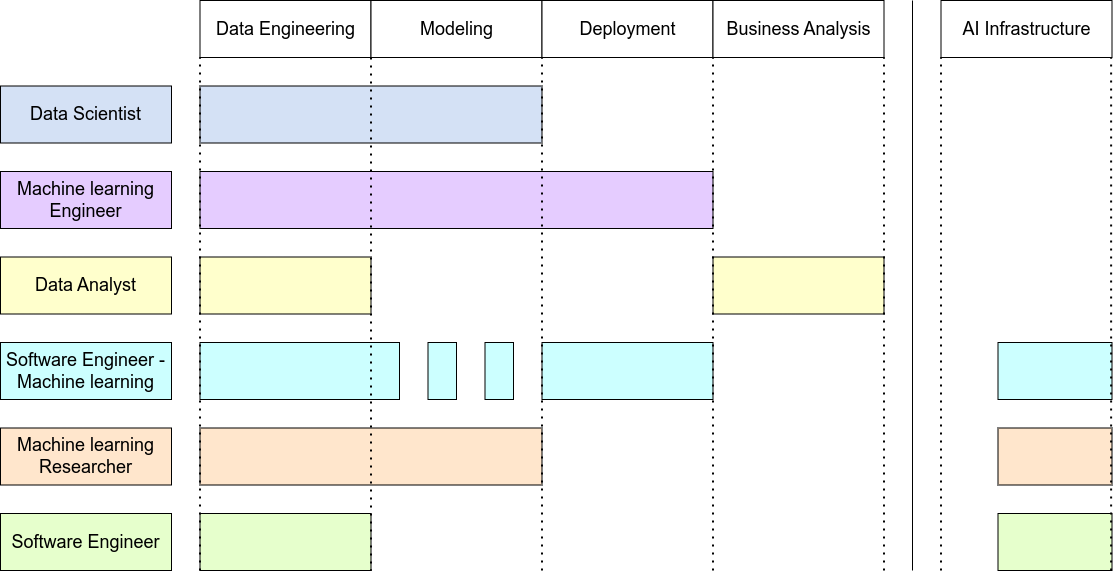
This is diagrams/ai_team_roles.drawio.png from ryndovaira-org/data_science_lectures, a draw.io export, as it was before one commit. Source tidied: cells renumbered, new cells last; positions are measured from the earlier drawing's top-left corner, leaving out a move shared by most shapes.
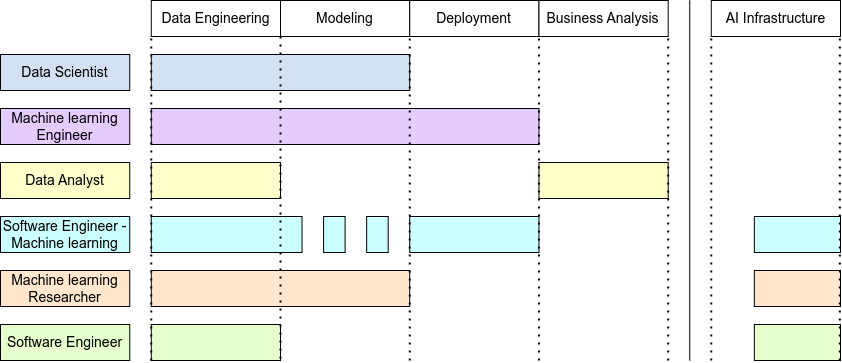
The same file after the commit.

The edit, as a diff of the source:
```diff
@@ -2,118 +2,118 @@
   <root>
     <mxCell id="0" />
     <mxCell id="1" parent="0" />
-    <mxCell id="2" style="group;fontSize=18;" parent="1" vertex="1">
-      <mxGeometry width="1111.5" height="570" as="geometry" />
-    </mxCell>
+    <mxCell id="35" style="group;fontSize=14;" parent="1" vertex="1">
+      <mxGeometry x="-40" y="-40" width="840" height="360" as="geometry" />
+    </mxCell>
-    <mxCell id="3" value="&lt;font style=&quot;font-size: 18px;&quot;&gt;Data Engineering&lt;/font&gt;" style="rounded=0;whiteSpace=wrap;html=1;fontSize=18;" parent="2" vertex="1">
-      <mxGeometry x="199.5" width="171" height="57" as="geometry" />
+    <mxCell id="3" value="&lt;font style=&quot;font-size: 14px;&quot;&gt;Data Engineering&lt;/font&gt;" style="rounded=0;whiteSpace=wrap;html=1;fontSize=14;" parent="35" vertex="1">
+      <mxGeometry x="150.8" width="129.2" height="36" as="geometry" />
     </mxCell>
-    <mxCell id="4" value="&lt;font style=&quot;font-size: 18px;&quot;&gt;Modeling&lt;/font&gt;" style="rounded=0;whiteSpace=wrap;html=1;fontSize=18;" parent="2" vertex="1">
-      <mxGeometry x="370.5" width="171" height="57" as="geometry" />
+    <mxCell id="4" value="&lt;font style=&quot;font-size: 14px;&quot;&gt;Modeling&lt;/font&gt;" style="rounded=0;whiteSpace=wrap;html=1;fontSize=14;" parent="35" vertex="1">
+      <mxGeometry x="280" width="129.2" height="36" as="geometry" />
     </mxCell>
-    <mxCell id="5" value="&lt;font style=&quot;font-size: 18px;&quot;&gt;Deployment&lt;/font&gt;" style="rounded=0;whiteSpace=wrap;html=1;fontSize=18;" parent="2" vertex="1">
-      <mxGeometry x="541.5" width="171" height="57" as="geometry" />
+    <mxCell id="5" value="&lt;font style=&quot;font-size: 14px;&quot;&gt;Deployment&lt;/font&gt;" style="rounded=0;whiteSpace=wrap;html=1;fontSize=14;" parent="35" vertex="1">
+      <mxGeometry x="409.2" width="129.2" height="36" as="geometry" />
     </mxCell>
-    <mxCell id="6" value="&lt;font style=&quot;font-size: 18px;&quot;&gt;Business Analysis&lt;/font&gt;" style="rounded=0;whiteSpace=wrap;html=1;fontSize=18;" parent="2" vertex="1">
-      <mxGeometry x="712.5" width="171" height="57" as="geometry" />
+    <mxCell id="6" value="&lt;font style=&quot;font-size: 14px;&quot;&gt;Business Analysis&lt;/font&gt;" style="rounded=0;whiteSpace=wrap;html=1;fontSize=14;" parent="35" vertex="1">
+      <mxGeometry x="538.5" width="129.2" height="36" as="geometry" />
     </mxCell>
-    <mxCell id="7" value="&lt;font style=&quot;font-size: 18px;&quot;&gt;AI Infrastructure&lt;/font&gt;" style="rounded=0;whiteSpace=wrap;html=1;fontSize=18;" parent="2" vertex="1">
-      <mxGeometry x="940.5" width="171" height="57" as="geometry" />
+    <mxCell id="7" value="&lt;font style=&quot;font-size: 14px;&quot;&gt;AI Infrastructure&lt;/font&gt;" style="rounded=0;whiteSpace=wrap;html=1;fontSize=14;" parent="35" vertex="1">
+      <mxGeometry x="710.8" width="129.2" height="36" as="geometry" />
     </mxCell>
-    <mxCell id="8" value="&lt;font style=&quot;font-size: 18px;&quot;&gt;Data Scientist&lt;/font&gt;" style="rounded=0;whiteSpace=wrap;html=1;fillColor=#D4E1F5;shadow=0;fontSize=18;" parent="2" vertex="1">
-      <mxGeometry y="85.5" width="171" height="57" as="geometry" />
+    <mxCell id="8" value="&lt;font style=&quot;font-size: 14px;&quot;&gt;Data Scientist&lt;/font&gt;" style="rounded=0;whiteSpace=wrap;html=1;fillColor=#D4E1F5;shadow=0;fontSize=14;" parent="35" vertex="1">
+      <mxGeometry y="54" width="129.2" height="36" as="geometry" />
     </mxCell>
-    <mxCell id="9" value="&lt;font style=&quot;font-size: 18px;&quot;&gt;Machine learning Engineer&lt;/font&gt;" style="rounded=0;whiteSpace=wrap;html=1;fillColor=#E5CCFF;fontSize=18;" parent="2" vertex="1">
-      <mxGeometry y="171" width="171" height="57" as="geometry" />
+    <mxCell id="9" value="&lt;font style=&quot;font-size: 14px;&quot;&gt;Machine learning Engineer&lt;/font&gt;" style="rounded=0;whiteSpace=wrap;html=1;fillColor=#E5CCFF;fontSize=14;" parent="35" vertex="1">
+      <mxGeometry y="108" width="129.2" height="36" as="geometry" />
     </mxCell>
-    <mxCell id="10" value="&lt;font style=&quot;font-size: 18px;&quot;&gt;Data Analyst&lt;/font&gt;" style="rounded=0;whiteSpace=wrap;html=1;fillColor=#FFFFCC;fontSize=18;" parent="2" vertex="1">
-      <mxGeometry y="256.5" width="171" height="57" as="geometry" />
+    <mxCell id="10" value="&lt;font style=&quot;font-size: 14px;&quot;&gt;Data Analyst&lt;/font&gt;" style="rounded=0;whiteSpace=wrap;html=1;fillColor=#FFFFCC;fontSize=14;" parent="35" vertex="1">
+      <mxGeometry y="162" width="129.2" height="36" as="geometry" />
     </mxCell>
-    <mxCell id="11" value="&lt;font style=&quot;font-size: 18px;&quot;&gt;Software Engineer - Machine learning&lt;/font&gt;" style="rounded=0;whiteSpace=wrap;html=1;fillColor=#CCFFFF;fontSize=18;" parent="2" vertex="1">
-      <mxGeometry y="342" width="171" height="57" as="geometry" />
+    <mxCell id="11" value="&lt;font style=&quot;font-size: 14px;&quot;&gt;Software Engineer - Machine learning&lt;/font&gt;" style="rounded=0;whiteSpace=wrap;html=1;fillColor=#CCFFFF;fontSize=14;" parent="35" vertex="1">
+      <mxGeometry y="216" width="129.2" height="36" as="geometry" />
     </mxCell>
-    <mxCell id="12" value="&lt;font style=&quot;font-size: 18px;&quot;&gt;Machine learning Researcher&lt;/font&gt;" style="rounded=0;whiteSpace=wrap;html=1;fillColor=#FFE6CC;fontSize=18;" parent="2" vertex="1">
-      <mxGeometry y="427.5" width="171" height="57" as="geometry" />
+    <mxCell id="12" value="&lt;font style=&quot;font-size: 14px;&quot;&gt;Machine learning Researcher&lt;/font&gt;" style="rounded=0;whiteSpace=wrap;html=1;fillColor=#FFE6CC;fontSize=14;" parent="35" vertex="1">
+      <mxGeometry y="270" width="129.2" height="36" as="geometry" />
     </mxCell>
-    <mxCell id="13" value="&lt;font style=&quot;font-size: 18px;&quot;&gt;Software Engineer&lt;/font&gt;" style="rounded=0;whiteSpace=wrap;html=1;fillColor=#E6FFCC;fontSize=18;" parent="2" vertex="1">
-      <mxGeometry y="513" width="171" height="57" as="geometry" />
+    <mxCell id="13" value="&lt;font style=&quot;font-size: 14px;&quot;&gt;Software Engineer&lt;/font&gt;" style="rounded=0;whiteSpace=wrap;html=1;fillColor=#E6FFCC;fontSize=14;" parent="35" vertex="1">
+      <mxGeometry y="324" width="129.2" height="36" as="geometry" />
     </mxCell>
-    <mxCell id="14" style="rounded=0;whiteSpace=wrap;html=1;fillColor=#D4E1F5;fontSize=18;" parent="2" vertex="1">
-      <mxGeometry x="199.5" y="85.5" width="342" height="57" as="geometry" />
+    <mxCell id="14" style="rounded=0;whiteSpace=wrap;html=1;fillColor=#D4E1F5;fontSize=14;" parent="35" vertex="1">
+      <mxGeometry x="150.8" y="54" width="258.5" height="36" as="geometry" />
     </mxCell>
-    <mxCell id="15" style="rounded=0;whiteSpace=wrap;html=1;fillColor=#E5CCFF;fontSize=18;" parent="2" vertex="1">
-      <mxGeometry x="199.5" y="171" width="513" height="57" as="geometry" />
+    <mxCell id="15" style="rounded=0;whiteSpace=wrap;html=1;fillColor=#E5CCFF;fontSize=14;" parent="35" vertex="1">
+      <mxGeometry x="150.8" y="108" width="387.7" height="36" as="geometry" />
     </mxCell>
-    <mxCell id="16" style="rounded=0;whiteSpace=wrap;html=1;fillColor=#FFFFCC;fontSize=18;" parent="2" vertex="1">
-      <mxGeometry x="199.5" y="256.5" width="171" height="57" as="geometry" />
+    <mxCell id="16" style="rounded=0;whiteSpace=wrap;html=1;fillColor=#FFFFCC;fontSize=14;" parent="35" vertex="1">
+      <mxGeometry x="150.8" y="162" width="129.2" height="36" as="geometry" />
     </mxCell>
-    <mxCell id="17" style="rounded=0;whiteSpace=wrap;html=1;fillColor=#FFFFCC;fontSize=18;" parent="2" vertex="1">
-      <mxGeometry x="712.5" y="256.5" width="171" height="57" as="geometry" />
+    <mxCell id="17" style="rounded=0;whiteSpace=wrap;html=1;fillColor=#FFFFCC;fontSize=14;" parent="35" vertex="1">
+      <mxGeometry x="538.5" y="162" width="129.2" height="36" as="geometry" />
     </mxCell>
-    <mxCell id="18" style="rounded=0;whiteSpace=wrap;html=1;fillColor=#CCFFFF;fontSize=18;" parent="2" vertex="1">
-      <mxGeometry x="199.5" y="342" width="199.5" height="57" as="geometry" />
+    <mxCell id="18" style="rounded=0;whiteSpace=wrap;html=1;fillColor=#CCFFFF;fontSize=14;" parent="35" vertex="1">
+      <mxGeometry x="150.8" y="216" width="150.8" height="36" as="geometry" />
     </mxCell>
-    <mxCell id="19" style="rounded=0;whiteSpace=wrap;html=1;fillColor=#CCFFFF;fontSize=18;" parent="2" vertex="1">
-      <mxGeometry x="541.5" y="342" width="171" height="57" as="geometry" />
+    <mxCell id="19" style="rounded=0;whiteSpace=wrap;html=1;fillColor=#CCFFFF;fontSize=14;" parent="35" vertex="1">
+      <mxGeometry x="409.2" y="216" width="129.2" height="36" as="geometry" />
     </mxCell>
-    <mxCell id="20" style="rounded=0;whiteSpace=wrap;html=1;fillColor=#CCFFFF;fontSize=18;" parent="2" vertex="1">
-      <mxGeometry x="427.5" y="342" width="28.5" height="57" as="geometry" />
+    <mxCell id="20" style="rounded=0;whiteSpace=wrap;html=1;fillColor=#CCFFFF;fontSize=14;" parent="35" vertex="1">
+      <mxGeometry x="323.1" y="216" width="21.5" height="36" as="geometry" />
     </mxCell>
-    <mxCell id="21" style="rounded=0;whiteSpace=wrap;html=1;fillColor=#CCFFFF;fontSize=18;" parent="2" vertex="1">
-      <mxGeometry x="484.5" y="342" width="28.5" height="57" as="geometry" />
+    <mxCell id="21" style="rounded=0;whiteSpace=wrap;html=1;fillColor=#CCFFFF;fontSize=14;" parent="35" vertex="1">
+      <mxGeometry x="366.2" y="216" width="21.5" height="36" as="geometry" />
     </mxCell>
-    <mxCell id="22" style="rounded=0;whiteSpace=wrap;html=1;fillColor=#CCFFFF;fontSize=18;" parent="2" vertex="1">
-      <mxGeometry x="997.5" y="342" width="114" height="57" as="geometry" />
+    <mxCell id="22" style="rounded=0;whiteSpace=wrap;html=1;fillColor=#CCFFFF;fontSize=14;" parent="35" vertex="1">
+      <mxGeometry x="753.8" y="216" width="86.2" height="36" as="geometry" />
     </mxCell>
-    <mxCell id="23" style="rounded=0;whiteSpace=wrap;html=1;fillColor=#FFE6CC;fontSize=18;" parent="2" vertex="1">
-      <mxGeometry x="199.5" y="427.5" width="342" height="57" as="geometry" />
+    <mxCell id="23" style="rounded=0;whiteSpace=wrap;html=1;fillColor=#FFE6CC;fontSize=14;" parent="35" vertex="1">
+      <mxGeometry x="150.8" y="270" width="258.5" height="36" as="geometry" />
     </mxCell>
-    <mxCell id="24" style="rounded=0;whiteSpace=wrap;html=1;fillColor=#FFE6CC;fontSize=18;" parent="2" vertex="1">
-      <mxGeometry x="997.5" y="427.5" width="114" height="57" as="geometry" />
+    <mxCell id="24" style="rounded=0;whiteSpace=wrap;html=1;fillColor=#FFE6CC;fontSize=14;" parent="35" vertex="1">
+      <mxGeometry x="753.8" y="270" width="86.2" height="36" as="geometry" />
     </mxCell>
-    <mxCell id="25" style="rounded=0;whiteSpace=wrap;html=1;fillColor=#E6FFCC;fontSize=18;" parent="2" vertex="1">
-      <mxGeometry x="997.5" y="513" width="114" height="57" as="geometry" />
+    <mxCell id="25" style="rounded=0;whiteSpace=wrap;html=1;fillColor=#E6FFCC;fontSize=14;" parent="35" vertex="1">
+      <mxGeometry x="753.8" y="324" width="86.2" height="36" as="geometry" />
     </mxCell>
-    <mxCell id="26" style="rounded=0;whiteSpace=wrap;html=1;fillColor=#E6FFCC;fontSize=18;" parent="2" vertex="1">
-      <mxGeometry x="199.5" y="513" width="171" height="57" as="geometry" />
+    <mxCell id="26" style="rounded=0;whiteSpace=wrap;html=1;fillColor=#E6FFCC;fontSize=14;" parent="35" vertex="1">
+      <mxGeometry x="150.8" y="324" width="129.2" height="36" as="geometry" />
     </mxCell>
-    <mxCell id="27" style="endArrow=none;dashed=1;html=1;dashPattern=1 3;strokeWidth=2;rounded=0;exitX=0;exitY=1;exitDx=0;exitDy=0;entryX=1;entryY=1;entryDx=0;entryDy=0;fontSize=18;" parent="2" edge="1" source="4" target="26">
+    <mxCell id="27" style="endArrow=none;dashed=1;html=1;dashPattern=1 3;strokeWidth=2;rounded=0;exitX=0;exitY=1;exitDx=0;exitDy=0;entryX=1;entryY=1;entryDx=0;entryDy=0;fontSize=14;" parent="35" edge="1" source="4" target="26">
       <mxGeometry relative="1" as="geometry" />
     </mxCell>
-    <mxCell id="28" style="endArrow=none;dashed=1;html=1;dashPattern=1 3;strokeWidth=2;rounded=0;exitX=0;exitY=1;exitDx=0;exitDy=0;entryX=0;entryY=1;entryDx=0;entryDy=0;fontSize=18;" parent="2" edge="1" source="26" target="3">
+    <mxCell id="28" style="endArrow=none;dashed=1;html=1;dashPattern=1 3;strokeWidth=2;rounded=0;exitX=0;exitY=1;exitDx=0;exitDy=0;entryX=0;entryY=1;entryDx=0;entryDy=0;fontSize=14;" parent="35" edge="1" source="26" target="3">
       <mxGeometry relative="1" as="geometry" />
     </mxCell>
-    <mxCell id="29" style="endArrow=none;dashed=1;html=1;dashPattern=1 3;strokeWidth=2;rounded=0;entryX=1;entryY=1;entryDx=0;entryDy=0;fontSize=18;" parent="2" edge="1" target="4">
+    <mxCell id="29" style="endArrow=none;dashed=1;html=1;dashPattern=1 3;strokeWidth=2;rounded=0;entryX=1;entryY=1;entryDx=0;entryDy=0;fontSize=14;" parent="35" edge="1" target="4">
       <mxGeometry relative="1" as="geometry">
-        <mxPoint x="541.5" y="570" as="sourcePoint" />
+        <mxPoint x="409.2" y="360" as="sourcePoint" />
       </mxGeometry>
     </mxCell>
-    <mxCell id="30" style="endArrow=none;dashed=1;html=1;dashPattern=1 3;strokeWidth=2;rounded=0;entryX=0;entryY=1;entryDx=0;entryDy=0;fontSize=18;" parent="2" edge="1" target="6">
+    <mxCell id="30" style="endArrow=none;dashed=1;html=1;dashPattern=1 3;strokeWidth=2;rounded=0;entryX=0;entryY=1;entryDx=0;entryDy=0;fontSize=14;" parent="35" edge="1" target="6">
       <mxGeometry relative="1" as="geometry">
-        <mxPoint x="712.5" y="570" as="sourcePoint" />
+        <mxPoint x="538.5" y="360" as="sourcePoint" />
       </mxGeometry>
     </mxCell>
-    <mxCell id="31" style="endArrow=none;dashed=1;html=1;dashPattern=1 3;strokeWidth=2;rounded=0;entryX=1;entryY=1;entryDx=0;entryDy=0;fontSize=18;" parent="2" edge="1" target="6">
+    <mxCell id="31" style="endArrow=none;dashed=1;html=1;dashPattern=1 3;strokeWidth=2;rounded=0;entryX=1;entryY=1;entryDx=0;entryDy=0;fontSize=14;" parent="35" edge="1" target="6">
       <mxGeometry relative="1" as="geometry">
-        <mxPoint x="883.5" y="570" as="sourcePoint" />
+        <mxPoint x="667.7" y="360" as="sourcePoint" />
       </mxGeometry>
     </mxCell>
-    <mxCell id="32" style="endArrow=none;html=1;rounded=0;fontSize=18;" parent="2" edge="1">
+    <mxCell id="32" style="endArrow=none;html=1;rounded=0;fontSize=14;" parent="35" edge="1">
       <mxGeometry relative="1" as="geometry">
-        <mxPoint x="912" y="570" as="sourcePoint" />
-        <mxPoint x="912" as="targetPoint" />
+        <mxPoint x="689.2" y="360" as="sourcePoint" />
+        <mxPoint x="689.2" as="targetPoint" />
       </mxGeometry>
     </mxCell>
-    <mxCell id="33" style="endArrow=none;dashed=1;html=1;dashPattern=1 3;strokeWidth=2;rounded=0;entryX=1;entryY=1;entryDx=0;entryDy=0;fontSize=18;" parent="2" edge="1">
+    <mxCell id="33" style="endArrow=none;dashed=1;html=1;dashPattern=1 3;strokeWidth=2;rounded=0;entryX=1;entryY=1;entryDx=0;entryDy=0;fontSize=14;" parent="35" edge="1">
       <mxGeometry relative="1" as="geometry">
-        <mxPoint x="940.5" y="570" as="sourcePoint" />
-        <mxPoint x="940.5" y="57" as="targetPoint" />
+        <mxPoint x="710.8" y="360" as="sourcePoint" />
+        <mxPoint x="710.8" y="36" as="targetPoint" />
       </mxGeometry>
     </mxCell>
-    <mxCell id="34" style="endArrow=none;dashed=1;html=1;dashPattern=1 3;strokeWidth=2;rounded=0;entryX=1;entryY=1;entryDx=0;entryDy=0;fontSize=18;" parent="2" edge="1">
+    <mxCell id="34" style="endArrow=none;dashed=1;html=1;dashPattern=1 3;strokeWidth=2;rounded=0;entryX=1;entryY=1;entryDx=0;entryDy=0;fontSize=14;" parent="35" edge="1">
       <mxGeometry relative="1" as="geometry">
-        <mxPoint x="1110.6" y="570" as="sourcePoint" />
-        <mxPoint x="1110.6" y="57" as="targetPoint" />
+        <mxPoint x="839.3" y="360" as="sourcePoint" />
+        <mxPoint x="839.3" y="36" as="targetPoint" />
       </mxGeometry>
     </mxCell>
   </root>
```
